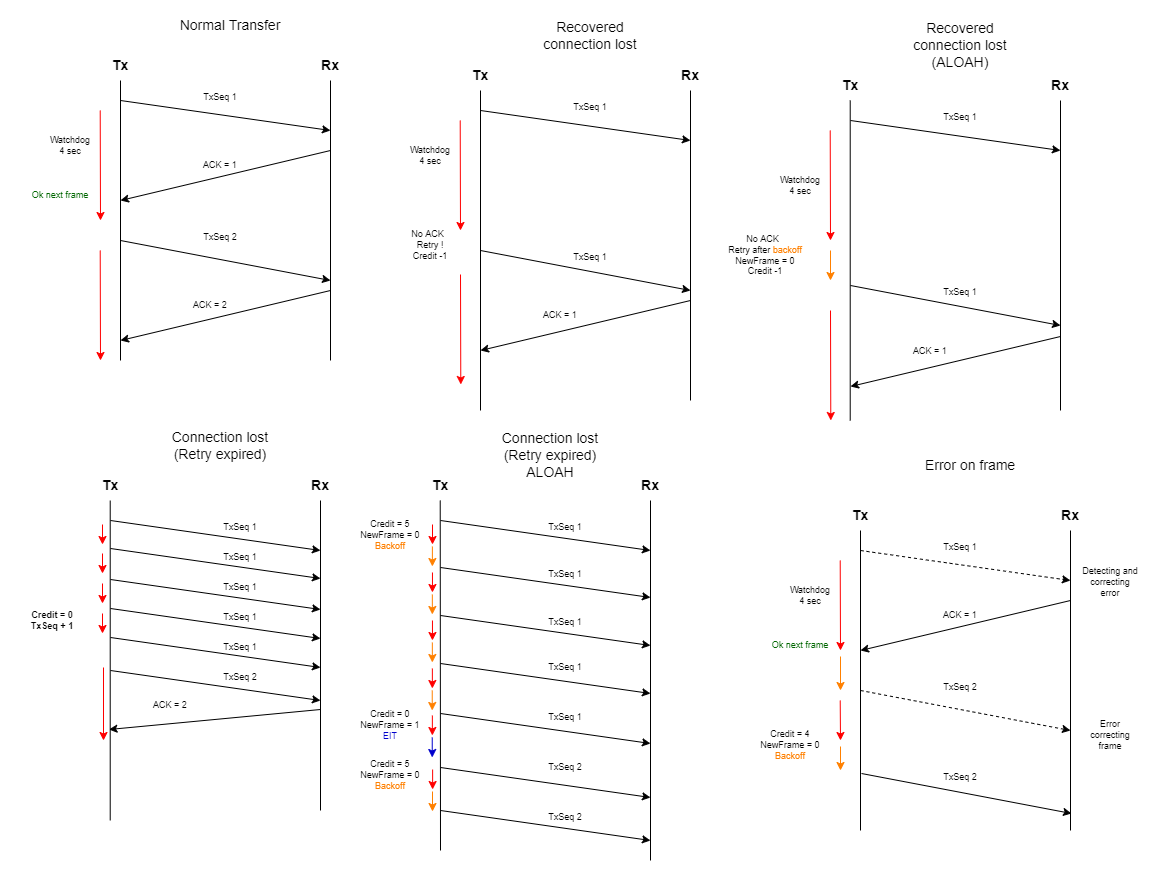
Before: Scheme/Frame transfer.drawio.png, a diagram exported from draw.io (TheToto318/M5Stack-RF-Transmission). Source tidied: cells renumbered, new cells last; positions are measured from the earlier drawing's top-left corner, leaving out a move shared by most shapes.
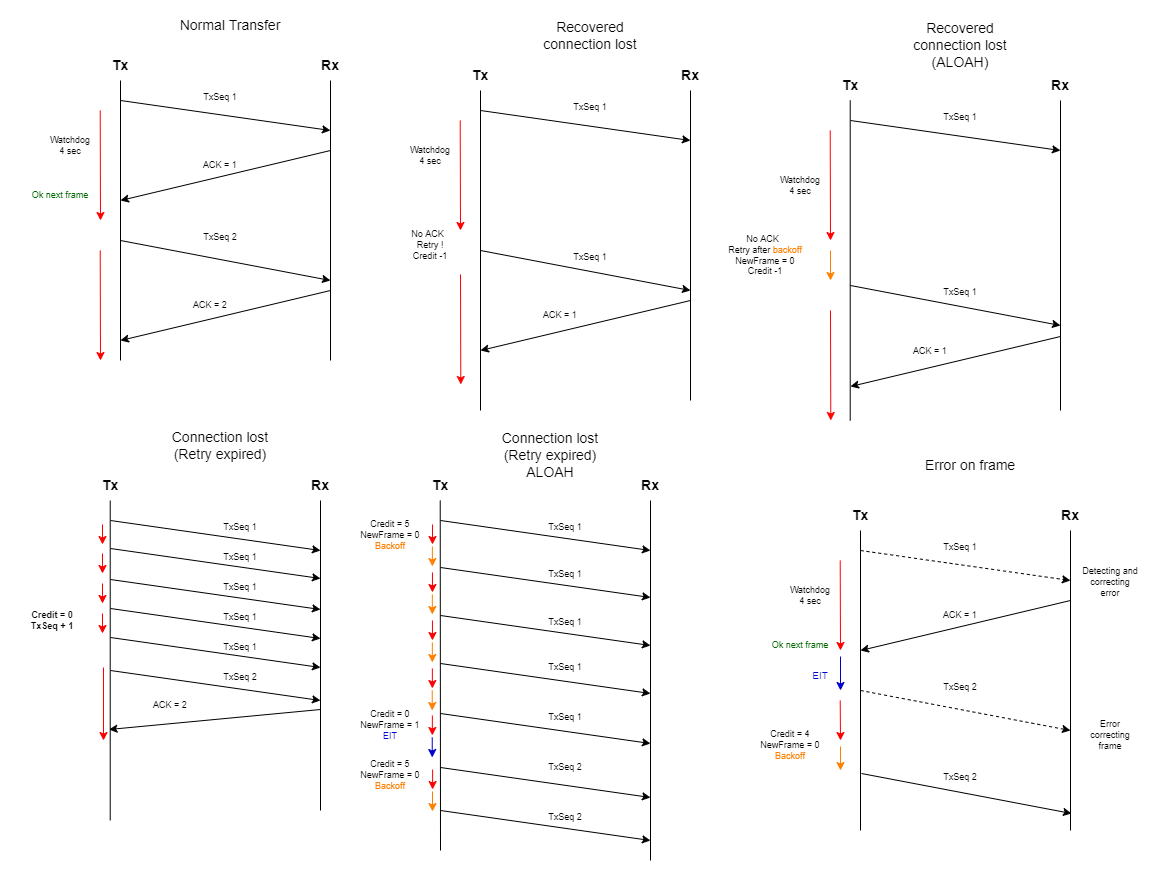
Above is the later version.

Commit message:
Fix frame diagram -> EIT instead of backoff

What changed in the source:
```diff
@@ -590,11 +590,14 @@
     <mxCell id="129" value="Credit = 4&lt;br&gt;NewFrame = 0&lt;br&gt;&lt;font color=&quot;#ff8000&quot;&gt;Backoff&lt;/font&gt;" style="text;html=1;strokeColor=none;fillColor=none;align=center;verticalAlign=middle;whiteSpace=wrap;rounded=0;fontSize=9;fontColor=#000000;" parent="1" vertex="1">
       <mxGeometry x="740" y="730" width="80" height="10" as="geometry" />
     </mxCell>
-    <mxCell id="130" style="endArrow=classic;html=1;rounded=0;fontSize=9;strokeColor=#FF8000;" parent="1" edge="1">
+    <mxCell id="130" style="endArrow=classic;html=1;rounded=0;fontSize=9;strokeColor=#0000CC;" parent="1" edge="1">
       <mxGeometry relative="1" as="geometry">
         <mxPoint x="830" y="646" as="sourcePoint" />
         <mxPoint x="830" y="680" as="targetPoint" />
       </mxGeometry>
     </mxCell>
+    <mxCell id="131" value="&lt;font style=&quot;font-size: 10px;&quot; color=&quot;#0000cc&quot;&gt;EIT&lt;/font&gt;" style="text;html=1;strokeColor=none;fillColor=none;align=center;verticalAlign=middle;whiteSpace=wrap;rounded=0;" parent="1" vertex="1">
+      <mxGeometry x="790" y="660" width="40" height="10" as="geometry" />
+    </mxCell>
   </root>
 </mxGraphModel>
```
